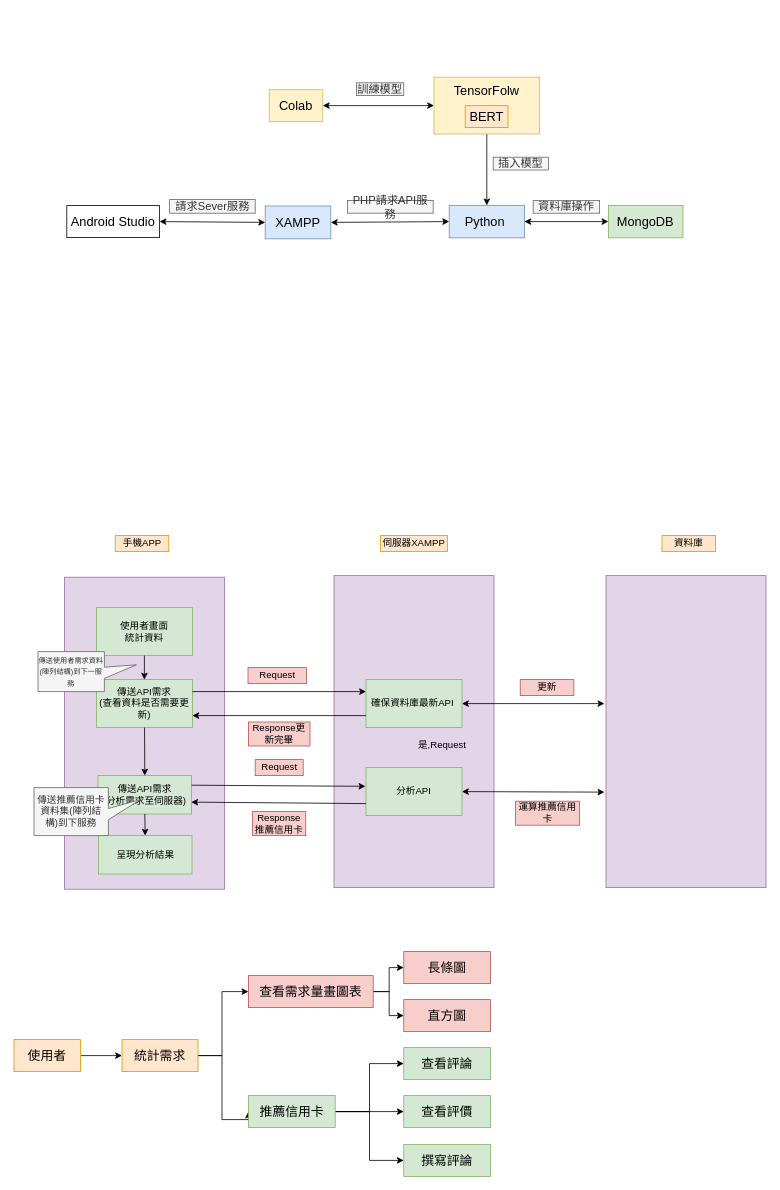
The draw.io diagram Untitled Diagram.drawio in a0935210570602/credit_card_analize_project, before the edit. Source tidied: cells renumbered, new cells numbered last; positions are measured from the earlier drawing's top-left corner, leaving out a move shared by most shapes. Both pictures are drawn from the tidied source at 80%, with x=0, y=0 at pixel (14, 77).
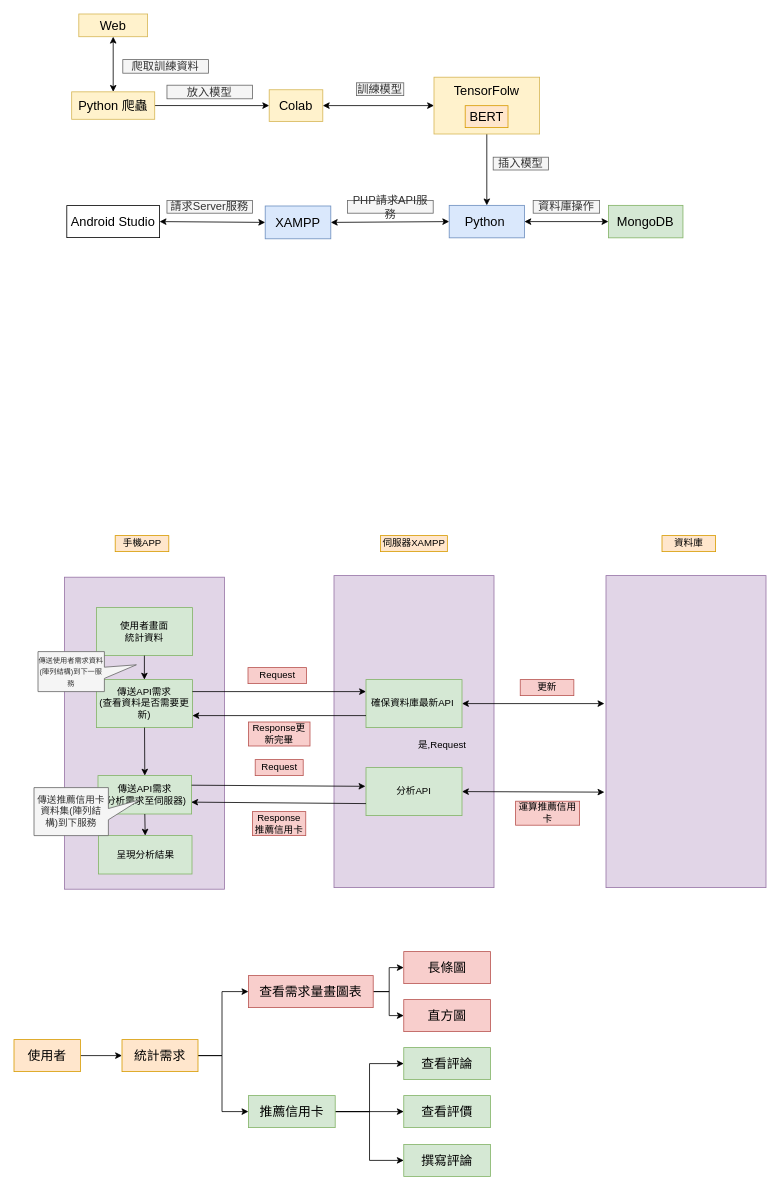
After the change.

Unchanged cells that the change refers to:
```xml
<mxCell id="36" value="&lt;span style=&quot;font-size: 16px&quot;&gt;統計需求&lt;/span&gt;" style="rounded=0;whiteSpace=wrap;html=1;fillColor=#ffe6cc;strokeColor=#d79b00;" parent="1" vertex="1">
  <mxGeometry x="135" y="1203" width="95" height="40" as="geometry" />
</mxCell>
<mxCell id="43" value="&lt;span style=&quot;font-size: 16px&quot;&gt;推薦信用卡&lt;/span&gt;" style="rounded=0;whiteSpace=wrap;html=1;fillColor=#d5e8d4;strokeColor=#82b366;" parent="1" vertex="1">
  <mxGeometry x="293" y="1273" width="108.5" height="40" as="geometry" />
</mxCell>
<mxCell id="53" value="&lt;font style=&quot;font-size: 16px&quot;&gt;Colab&lt;/font&gt;" style="rounded=0;whiteSpace=wrap;html=1;fillColor=#fff2cc;strokeColor=#d6b656;" parent="1" vertex="1">
  <mxGeometry x="319" y="15.7" width="67" height="39.6" as="geometry" />
</mxCell>
```

Diff of the diagram source:
```diff
@@
     <mxCell id="34" style="edgeStyle=orthogonalEdgeStyle;rounded=0;jettySize=auto;html=1;exitX=1;exitY=0.5;exitDx=0;exitDy=0;entryX=0;entryY=0.5;entryDx=0;entryDy=0;" parent="1" edge="1" source="36" target="43">
       <mxGeometry relative="1" as="geometry">
         <Array as="points">
           <mxPoint x="260" y="1223" />
-          <mxPoint x="260" y="1303" />
+          <mxPoint x="260" y="1293" />
         </Array>
       </mxGeometry>
     </mxCell>
@@
-    <mxCell id="66" value="&lt;font style=&quot;font-size: 14px&quot;&gt;請求Sever服務&lt;/font&gt;" style="text;html=1;align=center;verticalAlign=middle;whiteSpace=wrap;rounded=0;fillColor=#f5f5f5;strokeColor=#666666;fontColor=#333333;" parent="1" vertex="1">
-      <mxGeometry x="194.5" y="153" width="107" height="17" as="geometry" />
+    <mxCell id="66" value="&lt;font style=&quot;font-size: 14px&quot;&gt;爬取訓練資料&lt;/font&gt;" style="text;html=1;align=center;verticalAlign=middle;whiteSpace=wrap;rounded=0;fillColor=#f5f5f5;strokeColor=#666666;fontColor=#333333;" parent="1" vertex="1">
+      <mxGeometry x="136" y="-22" width="107" height="17" as="geometry" />
     </mxCell>
+    <mxCell id="67" style="edgeStyle=orthogonalEdgeStyle;rounded=0;jettySize=auto;html=1;exitX=1;exitY=0.5;exitDx=0;exitDy=0;entryX=0;entryY=0.5;entryDx=0;entryDy=0;" parent="1" edge="1" source="68" target="53">
+      <mxGeometry relative="1" as="geometry" />
+    </mxCell>
+    <mxCell id="68" value="&lt;font style=&quot;font-size: 16px&quot;&gt;Python 爬蟲&lt;/font&gt;" style="rounded=0;whiteSpace=wrap;html=1;fillColor=#fff2cc;strokeColor=#d6b656;" parent="1" vertex="1">
+      <mxGeometry x="72.1" y="18.3" width="103.8" height="34.3" as="geometry" />
+    </mxCell>
+    <mxCell id="69" value="&lt;font style=&quot;font-size: 16px&quot;&gt;Web&lt;/font&gt;" style="rounded=0;whiteSpace=wrap;html=1;fillColor=#fff2cc;strokeColor=#d6b656;" parent="1" vertex="1">
+      <mxGeometry x="81" y="-79" width="86" height="28.4" as="geometry" />
+    </mxCell>
+    <mxCell id="70" style="endArrow=classic;startArrow=classic;html=1;entryX=0.5;entryY=1;entryDx=0;entryDy=0;exitX=0.5;exitY=0;exitDx=0;exitDy=0;" parent="1" edge="1" source="68" target="69">
+      <mxGeometry relative="1" as="geometry" />
+    </mxCell>
+    <mxCell id="71" value="&lt;font style=&quot;font-size: 14px&quot;&gt;放入模型&lt;/font&gt;" style="text;html=1;align=center;verticalAlign=middle;whiteSpace=wrap;rounded=0;fillColor=#f5f5f5;strokeColor=#666666;fontColor=#333333;" parent="1" vertex="1">
+      <mxGeometry x="191.2" y="10" width="107" height="17" as="geometry" />
+    </mxCell>
+    <mxCell id="72" value="&lt;font style=&quot;font-size: 14px&quot;&gt;請求Server服務&lt;/font&gt;" style="text;html=1;strokeColor=#666666;fillColor=#f5f5f5;align=center;verticalAlign=middle;whiteSpace=wrap;rounded=0;fontColor=#333333;" parent="1" vertex="1">
+      <mxGeometry x="191.2" y="154" width="107" height="16" as="geometry" />
+    </mxCell>
```
